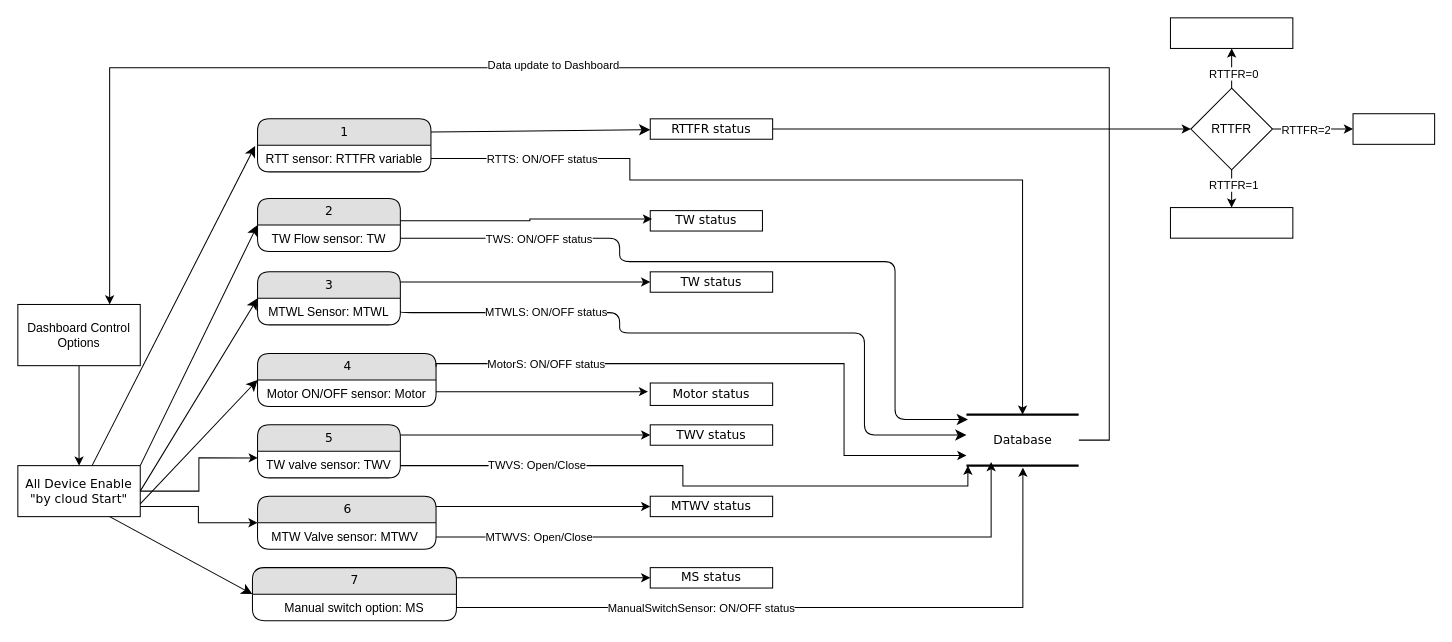
Before: HydroSense IoT.drawio in ThorPandit/HydroSense-IoT, a draw.io diagram. Source tidied: cells renumbered, new cells numbered last; positions are measured from the earlier drawing's top-left corner, leaving out a move shared by most shapes. Both pictures are drawn from the tidied source at 102%, with x=0, y=0 at pixel (17, 17).
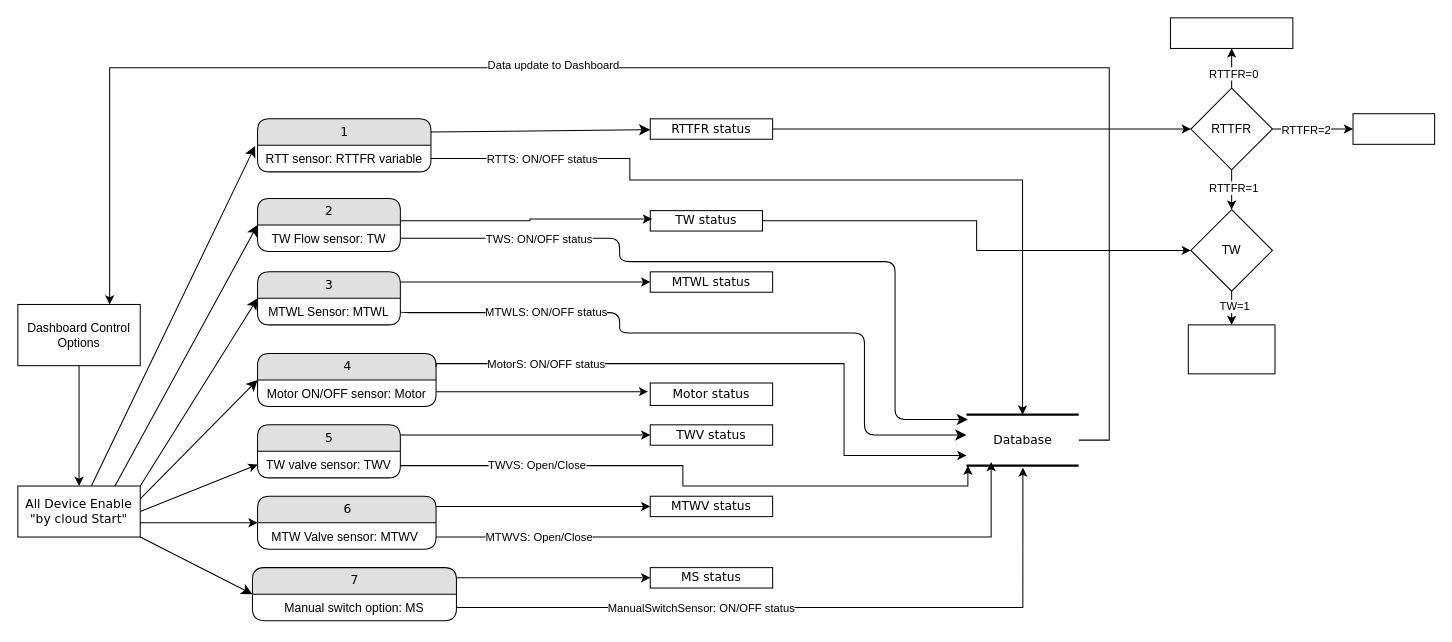
The same page after the edit.

Unchanged cells that the change refers to:
```xml
<mxCell id="13" value="2" style="swimlane;html=1;fontStyle=0;horizontal=1;startSize=26;fillColor=#e0e0e0;swimlaneFillColor=#ffffff;align=center;rounded=1;shadow=0;comic=0;labelBackgroundColor=none;strokeWidth=1;fontFamily=Verdana;fontSize=12;" parent="1" vertex="1">
  <mxGeometry x="235" y="177" width="140" height="52" as="geometry" />
</mxCell>
<mxCell id="17" value="3" style="swimlane;html=1;fontStyle=0;horizontal=1;startSize=26;fillColor=#e0e0e0;swimlaneFillColor=#ffffff;align=center;rounded=1;shadow=0;comic=0;labelBackgroundColor=none;strokeWidth=1;fontFamily=Verdana;fontSize=12;" parent="1" vertex="1">
  <mxGeometry x="235" y="249" width="140" height="52" as="geometry" />
</mxCell>
<mxCell id="20" value="4" style="swimlane;html=1;fontStyle=0;horizontal=1;startSize=26;fillColor=#e0e0e0;swimlaneFillColor=#ffffff;align=center;rounded=1;shadow=0;comic=0;labelBackgroundColor=none;strokeWidth=1;fontFamily=Verdana;fontSize=12;" parent="1" vertex="1">
  <mxGeometry x="235" y="329" width="175" height="52" as="geometry" />
</mxCell>
<mxCell id="24" value="7" style="swimlane;html=1;fontStyle=0;horizontal=1;startSize=26;fillColor=#e0e0e0;swimlaneFillColor=#ffffff;align=center;rounded=1;shadow=0;comic=0;labelBackgroundColor=none;strokeWidth=1;fontFamily=Verdana;fontSize=12;" parent="1" vertex="1">
  <mxGeometry x="230" y="539" width="200" height="52" as="geometry" />
</mxCell>
<mxCell id="39" value="TW status" style="whiteSpace=wrap;html=1;rounded=0;shadow=0;comic=0;labelBackgroundColor=none;strokeWidth=1;fontFamily=Verdana;fontSize=12;align=center;" parent="1" vertex="1">
  <mxGeometry x="620" y="189" width="110" height="20" as="geometry" />
</mxCell>
<mxCell id="44" value="TW valve sensor: TWV" style="text;html=1;strokeColor=none;fillColor=none;spacingLeft=4;spacingRight=4;whiteSpace=wrap;overflow=hidden;points=[[0,0.5],[1,0.5]];portConstraint=eastwest;align=center;" parent="43" vertex="1">
  <mxGeometry y="26" width="140" height="26" as="geometry" />
</mxCell>
<mxCell id="45" value="6" style="swimlane;html=1;fontStyle=0;horizontal=1;startSize=26;fillColor=#e0e0e0;swimlaneFillColor=#ffffff;align=center;rounded=1;shadow=0;comic=0;labelBackgroundColor=none;strokeWidth=1;fontFamily=Verdana;fontSize=12;" parent="1" vertex="1">
  <mxGeometry x="235" y="469" width="175" height="52" as="geometry" />
</mxCell>
<mxCell id="64" value="RTTFR" style="rhombus;whiteSpace=wrap;html=1;" parent="1" vertex="1">
  <mxGeometry x="1150" y="69" width="80" height="80" as="geometry" />
</mxCell>
```

Change to the diagram source:
```diff
@@
-    <mxCell id="8" style="edgeStyle=orthogonalEdgeStyle;rounded=0;jettySize=auto;html=1;entryX=0;entryY=0.5;entryDx=0;entryDy=0;" parent="1" edge="1" source="9" target="45">
+    <mxCell id="8" style="edgeStyle=orthogonalEdgeStyle;rounded=0;jettySize=auto;html=1;entryX=0;entryY=0.5;entryDx=0;entryDy=0;exitX=1;exitY=0.75;exitDx=0;exitDy=0;" parent="1" edge="1" source="9" target="45">
       <mxGeometry relative="1" as="geometry">
         <Array as="points">
-          <mxPoint x="177" y="479" />
-          <mxPoint x="177" y="495" />
+          <mxPoint x="120" y="495" />
         </Array>
       </mxGeometry>
     </mxCell>
     <mxCell id="9" value="All Device Enable &quot;by cloud Start&quot;" style="whiteSpace=wrap;html=1;rounded=0;shadow=0;comic=0;labelBackgroundColor=none;strokeWidth=1;fontFamily=Verdana;fontSize=12;align=center;" parent="1" vertex="1">
-      <mxGeometry y="439" width="120" height="50" as="geometry" />
+      <mxGeometry y="459" width="120" height="50" as="geometry" />
     </mxCell>
@@
-    <mxCell id="15" style="edgeStyle=none;html=1;labelBackgroundColor=none;startFill=0;startSize=8;endFill=1;endSize=8;fontFamily=Verdana;fontSize=12;entryX=0;entryY=0.5;entryDx=0;entryDy=0;exitX=1;exitY=0;exitDx=0;exitDy=0;" parent="1" edge="1" source="9" target="13">
+    <mxCell id="15" style="edgeStyle=none;html=1;labelBackgroundColor=none;startFill=0;startSize=8;endFill=1;endSize=8;fontFamily=Verdana;fontSize=12;entryX=0;entryY=0.5;entryDx=0;entryDy=0;exitX=0.792;exitY=0.003;exitDx=0;exitDy=0;exitPerimeter=0;" parent="1" edge="1" source="9" target="13">
       <mxGeometry relative="1" as="geometry" />
     </mxCell>
@@
-    <mxCell id="19" style="edgeStyle=none;html=1;labelBackgroundColor=none;startFill=0;startSize=8;endFill=1;endSize=8;fontFamily=Verdana;fontSize=12;entryX=0;entryY=0.5;entryDx=0;entryDy=0;exitX=1;exitY=0.5;exitDx=0;exitDy=0;" parent="1" edge="1" source="9" target="17">
+    <mxCell id="19" style="edgeStyle=none;html=1;labelBackgroundColor=none;startFill=0;startSize=8;endFill=1;endSize=8;fontFamily=Verdana;fontSize=12;entryX=0;entryY=0.5;entryDx=0;entryDy=0;exitX=1;exitY=0;exitDx=0;exitDy=0;" parent="1" edge="1" source="9" target="17">
       <mxGeometry relative="1" as="geometry" />
     </mxCell>
@@
-    <mxCell id="22" style="edgeStyle=none;html=1;labelBackgroundColor=none;startFill=0;startSize=8;endFill=1;endSize=8;fontFamily=Verdana;fontSize=12;entryX=0;entryY=0.5;entryDx=0;entryDy=0;exitX=1;exitY=0.75;exitDx=0;exitDy=0;" parent="1" edge="1" source="9" target="20">
+    <mxCell id="22" style="edgeStyle=none;html=1;labelBackgroundColor=none;startFill=0;startSize=8;endFill=1;endSize=8;fontFamily=Verdana;fontSize=12;entryX=0;entryY=0.5;entryDx=0;entryDy=0;exitX=1;exitY=0.25;exitDx=0;exitDy=0;" parent="1" edge="1" source="9" target="20">
       <mxGeometry relative="1" as="geometry" />
     </mxCell>
@@
-    <mxCell id="26" style="edgeStyle=none;html=1;labelBackgroundColor=none;startFill=0;startSize=8;endFill=1;endSize=8;fontFamily=Verdana;fontSize=12;entryX=0;entryY=0.5;entryDx=0;entryDy=0;exitX=0.75;exitY=1;exitDx=0;exitDy=0;" parent="1" edge="1" source="9" target="24">
+    <mxCell id="26" style="edgeStyle=none;html=1;labelBackgroundColor=none;startFill=0;startSize=8;endFill=1;endSize=8;fontFamily=Verdana;fontSize=12;entryX=0;entryY=0.5;entryDx=0;entryDy=0;exitX=1;exitY=1;exitDx=0;exitDy=0;" parent="1" edge="1" source="9" target="24">
       <mxGeometry relative="1" as="geometry" />
     </mxCell>
@@
+    <mxCell id="68" style="edgeStyle=orthogonalEdgeStyle;rounded=0;jettySize=auto;html=1;entryX=0;entryY=0.5;entryDx=0;entryDy=0;" parent="1" edge="1" source="39" target="71">
+      <mxGeometry relative="1" as="geometry" />
+    </mxCell>
@@
-    <mxCell id="40" value="TW status" style="whiteSpace=wrap;html=1;rounded=0;shadow=0;comic=0;labelBackgroundColor=none;strokeWidth=1;fontFamily=Verdana;fontSize=12;align=center;" parent="1" vertex="1">
+    <mxCell id="40" value="MTWL status" style="whiteSpace=wrap;html=1;rounded=0;shadow=0;comic=0;labelBackgroundColor=none;strokeWidth=1;fontFamily=Verdana;fontSize=12;align=center;" parent="1" vertex="1">
       <mxGeometry x="620" y="249" width="120" height="20" as="geometry" />
     </mxCell>
@@
-    <mxCell id="47" style="edgeStyle=orthogonalEdgeStyle;rounded=0;jettySize=auto;html=1;entryX=0.002;entryY=0.247;entryDx=0;entryDy=0;entryPerimeter=0;" parent="1" edge="1" source="9" target="44">
-      <mxGeometry relative="1" as="geometry" />
-    </mxCell>
@@
-    <mxCell id="58" style="edgeStyle=orthogonalEdgeStyle;rounded=0;jettySize=auto;html=1;" parent="1" edge="1" source="64" target="65">
+    <mxCell id="58" style="edgeStyle=orthogonalEdgeStyle;rounded=0;jettySize=auto;html=1;entryX=0.5;entryY=0;entryDx=0;entryDy=0;" parent="1" edge="1" source="64" target="71">
       <mxGeometry relative="1" as="geometry" />
     </mxCell>
@@
-    <mxCell id="65" style="rounded=0;whiteSpace=wrap;html=1;" parent="1" vertex="1">
-      <mxGeometry x="1130" y="186" width="120" height="30" as="geometry" />
-    </mxCell>
@@
+    <mxCell id="47" style="endArrow=classic;html=1;rounded=0;exitX=1;exitY=0.5;exitDx=0;exitDy=0;entryX=0;entryY=0.5;entryDx=0;entryDy=0;" parent="1" edge="1" source="9" target="44">
+      <mxGeometry relative="1" as="geometry" />
+    </mxCell>
+    <mxCell id="69" style="edgeStyle=orthogonalEdgeStyle;rounded=0;jettySize=auto;html=1;" parent="1" edge="1" source="71" target="72">
+      <mxGeometry relative="1" as="geometry" />
+    </mxCell>
+    <mxCell id="70" value="TW=1" style="edgeLabel;html=1;align=center;verticalAlign=middle;" parent="69" vertex="1">
+      <mxGeometry x="0.19" y="2" relative="1" as="geometry" />
+    </mxCell>
+    <mxCell id="71" value="TW" style="rhombus;whiteSpace=wrap;html=1;" parent="1" vertex="1">
+      <mxGeometry x="1150" y="188" width="80" height="80" as="geometry" />
+    </mxCell>
+    <mxCell id="72" style="rounded=0;whiteSpace=wrap;html=1;" parent="1" vertex="1">
+      <mxGeometry x="1147.5" y="301" width="85" height="48" as="geometry" />
+    </mxCell>
```
